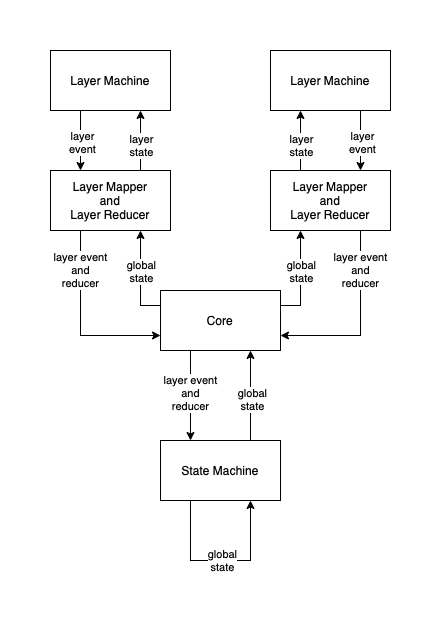
Before: images/architecture.drawio.png, a diagram exported from draw.io (prokhor-andrew/simprokcore-ios). Source tidied: cells renumbered, new cells last; positions are measured from the earlier drawing's top-left corner, leaving out a move shared by most shapes. Source of this version:
```xml
<mxGraphModel>
  <root>
    <mxCell id="0" />
    <mxCell id="1" parent="0" />
    <mxCell id="2" style="edgeStyle=orthogonalEdgeStyle;rounded=0;jettySize=auto;html=1;exitX=0;exitY=0.25;exitDx=0;exitDy=0;entryX=0.75;entryY=1;entryDx=0;entryDy=0;" parent="1" edge="1" source="4" target="13">
      <mxGeometry relative="1" as="geometry" />
    </mxCell>
    <mxCell id="3" value="global&lt;br&gt;state" style="edgeLabel;html=1;align=center;verticalAlign=middle;" parent="2" vertex="1">
      <mxGeometry x="0.16" relative="1" as="geometry" />
    </mxCell>
    <mxCell id="4" value="Core" style="rounded=0;whiteSpace=wrap;html=1;" parent="1" vertex="1">
      <mxGeometry x="110" y="240" width="120" height="60" as="geometry" />
    </mxCell>
    <mxCell id="5" style="edgeStyle=orthogonalEdgeStyle;rounded=0;jettySize=auto;html=1;exitX=0.25;exitY=1;exitDx=0;exitDy=0;entryX=0.25;entryY=0;entryDx=0;entryDy=0;" parent="1" edge="1" source="4" target="7">
      <mxGeometry relative="1" as="geometry" />
    </mxCell>
    <mxCell id="6" value="layer event&lt;br&gt;and&lt;br&gt;reducer" style="edgeLabel;html=1;align=center;verticalAlign=middle;" parent="5" vertex="1">
      <mxGeometry x="-0.07" y="-1" relative="1" as="geometry" />
    </mxCell>
    <mxCell id="7" value="State Machine" style="rounded=0;whiteSpace=wrap;html=1;" parent="1" vertex="1">
      <mxGeometry x="110" y="390" width="120" height="60" as="geometry" />
    </mxCell>
    <mxCell id="8" style="edgeStyle=orthogonalEdgeStyle;rounded=0;orthogonalLoop=1;jettySize=auto;html=1;exitX=0.5;exitY=1;exitDx=0;exitDy=0;" parent="1" edge="1" source="7" target="7">
      <mxGeometry relative="1" as="geometry" />
    </mxCell>
    <mxCell id="9" style="edgeStyle=orthogonalEdgeStyle;rounded=0;jettySize=auto;html=1;exitX=0.75;exitY=0;exitDx=0;exitDy=0;entryX=0.75;entryY=1;entryDx=0;entryDy=0;" parent="1" edge="1" source="13" target="16">
      <mxGeometry relative="1" as="geometry" />
    </mxCell>
    <mxCell id="10" value="layer&lt;br&gt;state" style="edgeLabel;html=1;align=center;verticalAlign=middle;" parent="9" vertex="1">
      <mxGeometry x="-0.13" relative="1" as="geometry" />
    </mxCell>
    <mxCell id="11" style="edgeStyle=orthogonalEdgeStyle;rounded=0;jettySize=auto;html=1;exitX=0.25;exitY=1;exitDx=0;exitDy=0;entryX=0;entryY=0.75;entryDx=0;entryDy=0;" parent="1" edge="1" source="13" target="4">
      <mxGeometry relative="1" as="geometry" />
    </mxCell>
    <mxCell id="12" value="layer event&lt;br&gt;and&lt;br&gt;reducer" style="edgeLabel;html=1;align=center;verticalAlign=middle;" parent="11" vertex="1">
      <mxGeometry x="-0.58" y="-1" relative="1" as="geometry" />
    </mxCell>
    <mxCell id="13" value="Layer Mapper&lt;br&gt;and&lt;br&gt;Layer Reducer" style="rounded=0;whiteSpace=wrap;html=1;" parent="1" vertex="1">
      <mxGeometry y="120" width="120" height="60" as="geometry" />
    </mxCell>
    <mxCell id="14" style="edgeStyle=orthogonalEdgeStyle;rounded=0;jettySize=auto;html=1;exitX=0.25;exitY=1;exitDx=0;exitDy=0;entryX=0.25;entryY=0;entryDx=0;entryDy=0;" parent="1" edge="1" source="16" target="13">
      <mxGeometry relative="1" as="geometry" />
    </mxCell>
    <mxCell id="15" value="layer&lt;br&gt;event" style="edgeLabel;html=1;align=center;verticalAlign=middle;" parent="14" vertex="1">
      <mxGeometry x="0.03" y="1" relative="1" as="geometry" />
    </mxCell>
    <mxCell id="16" value="Layer Machine" style="rounded=0;whiteSpace=wrap;html=1;" parent="1" vertex="1">
      <mxGeometry width="120" height="60" as="geometry" />
    </mxCell>
    <mxCell id="17" style="edgeStyle=orthogonalEdgeStyle;rounded=0;jettySize=auto;html=1;exitX=0.75;exitY=0;exitDx=0;exitDy=0;entryX=0.25;entryY=0;entryDx=0;entryDy=0;" parent="1" edge="1" source="7">
      <mxGeometry relative="1" as="geometry">
        <mxPoint x="200" y="300" as="targetPoint" />
      </mxGeometry>
    </mxCell>
    <mxCell id="18" value="global&lt;br&gt;state" style="edgeLabel;html=1;align=center;verticalAlign=middle;" parent="17" vertex="1">
      <mxGeometry x="-0.07" y="-1" relative="1" as="geometry" />
    </mxCell>
    <mxCell id="19" style="edgeStyle=orthogonalEdgeStyle;rounded=0;orthogonalLoop=1;jettySize=auto;html=1;exitX=0.25;exitY=1;exitDx=0;exitDy=0;entryX=0.75;entryY=1;entryDx=0;entryDy=0;" parent="1" edge="1" source="7" target="7">
      <mxGeometry relative="1" as="geometry">
        <Array as="points">
          <mxPoint x="140" y="510" />
          <mxPoint x="200" y="510" />
        </Array>
      </mxGeometry>
    </mxCell>
    <mxCell id="20" value="global&lt;br&gt;state" style="edgeLabel;html=1;align=center;verticalAlign=middle;" parent="19" vertex="1">
      <mxGeometry x="0.01" y="1" relative="1" as="geometry" />
    </mxCell>
    <mxCell id="21" value="Layer Mapper&lt;br&gt;and&lt;br&gt;Layer Reducer" style="rounded=0;whiteSpace=wrap;html=1;" parent="1" vertex="1">
      <mxGeometry x="220" y="120" width="120" height="60" as="geometry" />
    </mxCell>
    <mxCell id="22" value="Layer Machine" style="rounded=0;whiteSpace=wrap;html=1;" parent="1" vertex="1">
      <mxGeometry x="220" width="120" height="60" as="geometry" />
    </mxCell>
    <mxCell id="23" style="edgeStyle=orthogonalEdgeStyle;rounded=0;jettySize=auto;html=1;exitX=0.25;exitY=0;exitDx=0;exitDy=0;entryX=0.25;entryY=1;entryDx=0;entryDy=0;" parent="1" edge="1" source="21" target="22">
      <mxGeometry relative="1" as="geometry" />
    </mxCell>
    <mxCell id="24" value="layer&lt;br&gt;state" style="edgeLabel;html=1;align=center;verticalAlign=middle;" parent="23" vertex="1">
      <mxGeometry x="-0.13" relative="1" as="geometry" />
    </mxCell>
    <mxCell id="25" style="edgeStyle=orthogonalEdgeStyle;rounded=0;jettySize=auto;html=1;exitX=0.75;exitY=1;exitDx=0;exitDy=0;entryX=0.75;entryY=0;entryDx=0;entryDy=0;" parent="1" edge="1" source="22" target="21">
      <mxGeometry relative="1" as="geometry" />
    </mxCell>
    <mxCell id="26" value="layer&lt;br&gt;event" style="edgeLabel;html=1;align=center;verticalAlign=middle;" parent="25" vertex="1">
      <mxGeometry x="0.03" y="1" relative="1" as="geometry" />
    </mxCell>
    <mxCell id="27" style="edgeStyle=orthogonalEdgeStyle;rounded=0;jettySize=auto;html=1;exitX=1;exitY=0.25;exitDx=0;exitDy=0;entryX=0.25;entryY=1;entryDx=0;entryDy=0;" parent="1" edge="1" source="4" target="21">
      <mxGeometry relative="1" as="geometry" />
    </mxCell>
    <mxCell id="28" value="global&lt;br&gt;state" style="edgeLabel;html=1;align=center;verticalAlign=middle;" parent="27" vertex="1">
      <mxGeometry x="0.16" relative="1" as="geometry" />
    </mxCell>
    <mxCell id="29" style="edgeStyle=orthogonalEdgeStyle;rounded=0;jettySize=auto;html=1;exitX=0.75;exitY=1;exitDx=0;exitDy=0;entryX=1;entryY=0.75;entryDx=0;entryDy=0;" parent="1" edge="1" source="21" target="4">
      <mxGeometry relative="1" as="geometry" />
    </mxCell>
    <mxCell id="30" value="layer event&lt;br&gt;and&lt;br&gt;reducer" style="edgeLabel;html=1;align=center;verticalAlign=middle;" parent="29" vertex="1">
      <mxGeometry x="-0.58" y="-1" relative="1" as="geometry" />
    </mxCell>
  </root>
</mxGraphModel>
```
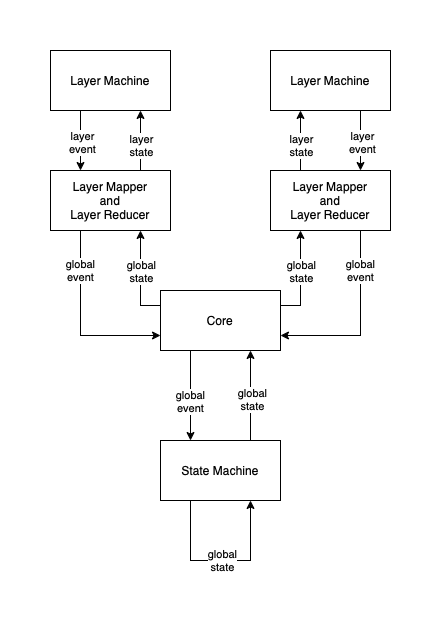
The same diagram one commit later.

Change to the diagram source:
```diff
@@ -14,8 +14,10 @@
     <mxCell id="5" style="edgeStyle=orthogonalEdgeStyle;rounded=0;jettySize=auto;html=1;exitX=0.25;exitY=1;exitDx=0;exitDy=0;entryX=0.25;entryY=0;entryDx=0;entryDy=0;" parent="1" edge="1" source="4" target="7">
       <mxGeometry relative="1" as="geometry" />
     </mxCell>
-    <mxCell id="6" value="layer event&lt;br&gt;and&lt;br&gt;reducer" style="edgeLabel;html=1;align=center;verticalAlign=middle;" parent="5" vertex="1">
-      <mxGeometry x="-0.07" y="-1" relative="1" as="geometry" />
+    <mxCell id="6" value="global&lt;br&gt;event" style="edgeLabel;html=1;align=center;verticalAlign=middle;" parent="5" vertex="1">
+      <mxGeometry x="-0.07" y="-1" relative="1" as="geometry">
+        <mxPoint y="8" as="offset" />
+      </mxGeometry>
     </mxCell>
     <mxCell id="7" value="State Machine" style="rounded=0;whiteSpace=wrap;html=1;" parent="1" vertex="1">
       <mxGeometry x="110" y="390" width="120" height="60" as="geometry" />
@@ -32,7 +34,7 @@
     <mxCell id="11" style="edgeStyle=orthogonalEdgeStyle;rounded=0;jettySize=auto;html=1;exitX=0.25;exitY=1;exitDx=0;exitDy=0;entryX=0;entryY=0.75;entryDx=0;entryDy=0;" parent="1" edge="1" source="13" target="4">
       <mxGeometry relative="1" as="geometry" />
     </mxCell>
-    <mxCell id="12" value="layer event&lt;br&gt;and&lt;br&gt;reducer" style="edgeLabel;html=1;align=center;verticalAlign=middle;" parent="11" vertex="1">
+    <mxCell id="12" value="global&lt;br&gt;event" style="edgeLabel;html=1;align=center;verticalAlign=middle;" parent="11" vertex="1">
       <mxGeometry x="-0.58" y="-1" relative="1" as="geometry" />
     </mxCell>
     <mxCell id="13" value="Layer Mapper&lt;br&gt;and&lt;br&gt;Layer Reducer" style="rounded=0;whiteSpace=wrap;html=1;" parent="1" vertex="1">
@@ -93,7 +95,7 @@
     <mxCell id="29" style="edgeStyle=orthogonalEdgeStyle;rounded=0;jettySize=auto;html=1;exitX=0.75;exitY=1;exitDx=0;exitDy=0;entryX=1;entryY=0.75;entryDx=0;entryDy=0;" parent="1" edge="1" source="21" target="4">
       <mxGeometry relative="1" as="geometry" />
     </mxCell>
-    <mxCell id="30" value="layer event&lt;br&gt;and&lt;br&gt;reducer" style="edgeLabel;html=1;align=center;verticalAlign=middle;" parent="29" vertex="1">
+    <mxCell id="30" value="global&lt;br&gt;event" style="edgeLabel;html=1;align=center;verticalAlign=middle;" parent="29" vertex="1">
       <mxGeometry x="-0.58" y="-1" relative="1" as="geometry" />
     </mxCell>
   </root>
```
